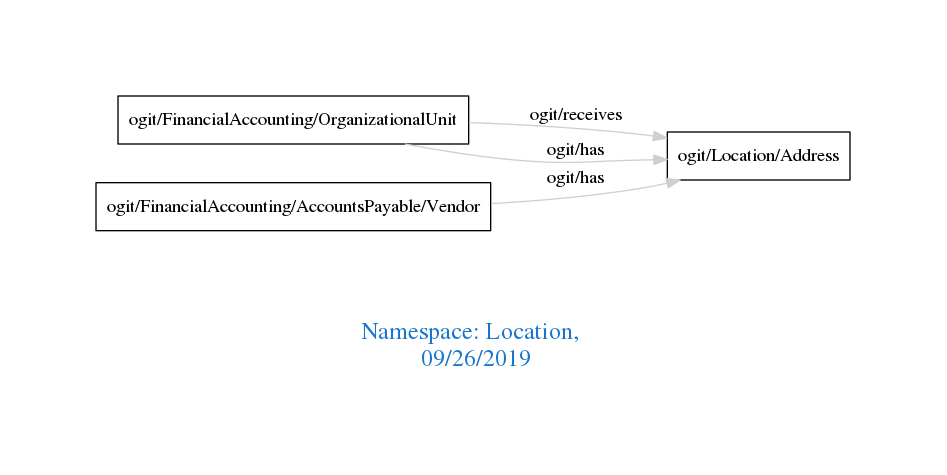
Earlier version of the Graphviz export downloads/Location.png (arago/OGIT). Its source is kept beside it as downloads/Location.dot.
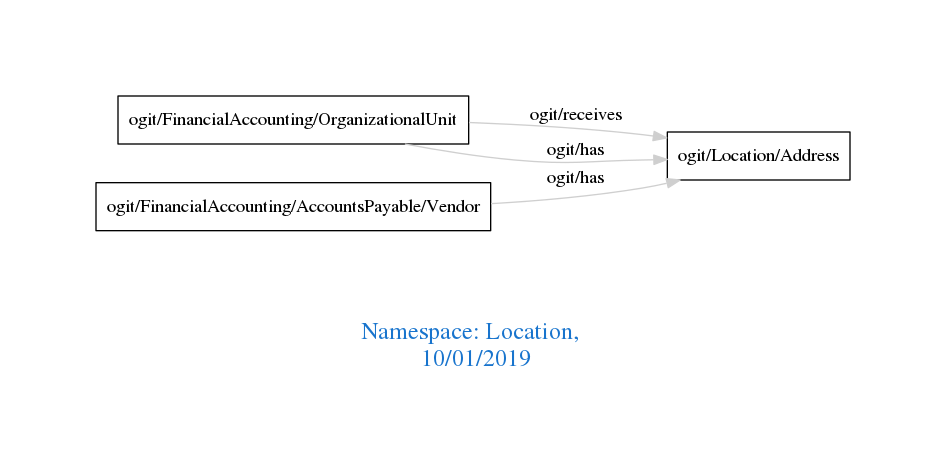
After the change.

Diff of the diagram source:
```diff
@@ -1,7 +1,7 @@
 digraph OGIT_ontology {
  graph [ rankdir= LR,pad=1
 fontsize = 18,
-fontcolor= dodgerblue3,label = "\n\n\nNamespace: Location, \n 09/26/2019"];
+fontcolor= dodgerblue3,label = "\n\n\nNamespace: Location, \n 10/01/2019"];
 node[shape=polygon];
 edge [  color="gray81"];
 
```
